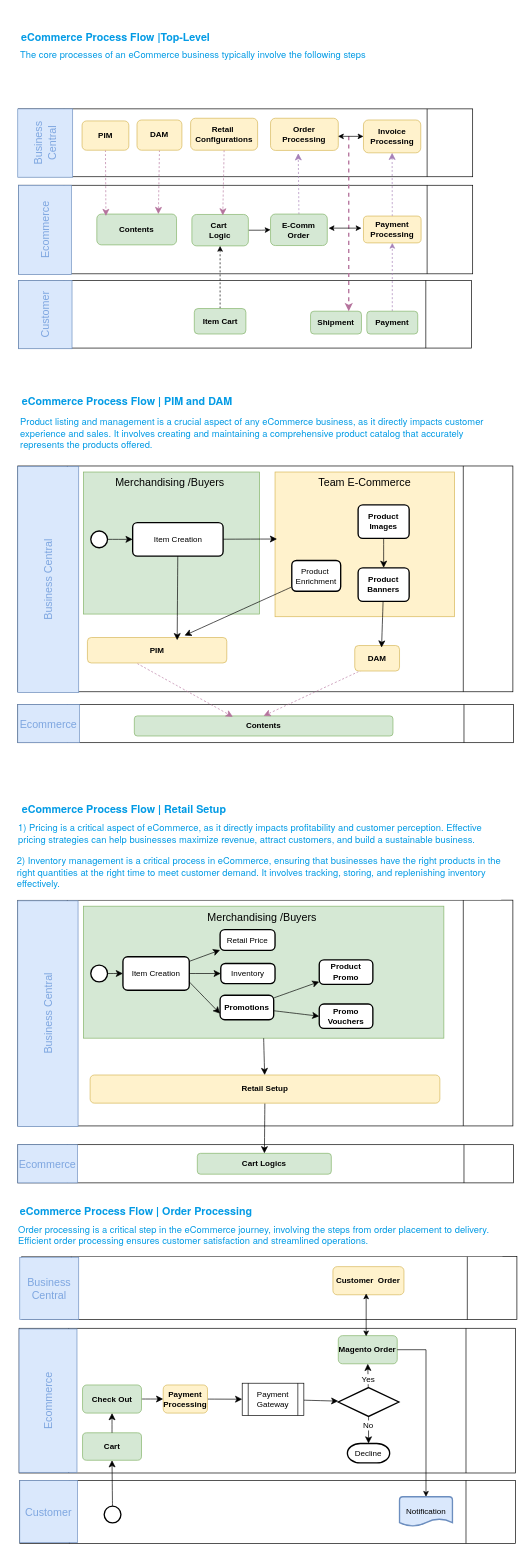
Earlier version of the draw.io diagram EComm_Process_Flow.drawio (kasungl/Isetan_Help). Source tidied: cells renumbered, new cells numbered last; positions are measured from the earlier drawing's top-left corner, leaving out a move shared by most shapes. Both pictures are drawn from the tidied source at 67%, with x=0, y=0 at pixel (15, 25).
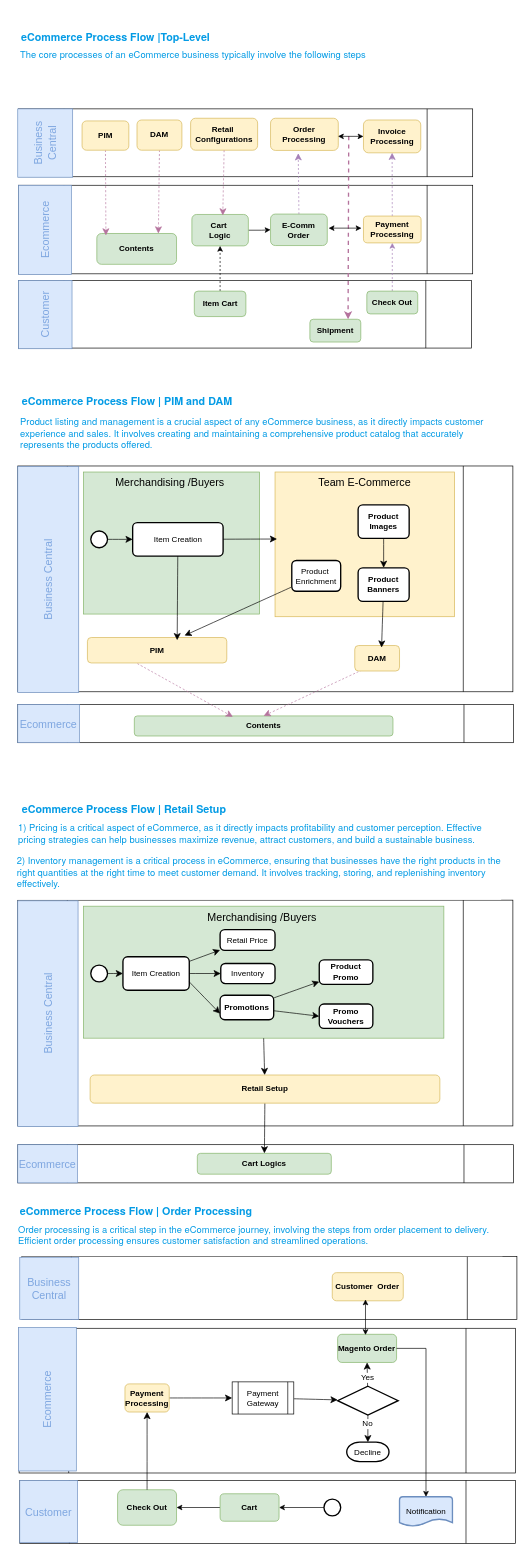
The same diagram, later.

Change to the diagram source:
```diff
@@
     <mxCell id="60" value="&lt;h2 style=&quot;box-sizing: border-box; margin-top: 1.75rem; margin-bottom: 0.5rem; line-height: 1.2; font-size: 16px; color: rgb(3, 155, 229); padding-bottom: 1rem; font-family: &amp;quot;Source Sans Pro&amp;quot;, HelveticaNeue-Light, &amp;quot;Helvetica Neue Light&amp;quot;, &amp;quot;Helvetica Neue&amp;quot;, Helvetica, Arial, &amp;quot;Lucida Grande&amp;quot;, sans-serif; background-color: rgb(255, 255, 255);&quot;&gt;&lt;span style=&quot;box-sizing: border-box; font-size: 16px;&quot; id=&quot;Top-Level_eCommerce_Process_Flow&quot;&gt;&amp;nbsp;eCommerce Process Flow | Order Processing&amp;nbsp;&lt;/span&gt;&lt;/h2&gt;" style="text;html=1;align=left;verticalAlign=middle;whiteSpace=wrap;rounded=0;fontSize=16;fontStyle=1;" parent="1" vertex="1">
-      <mxGeometry y="1752" width="478" height="30" as="geometry" />
+      <mxGeometry y="1752" width="738" height="30" as="geometry" />
     </mxCell>
@@
     <mxCell id="68" style="group;" parent="1" vertex="1">
-      <mxGeometry x="5" y="1942" width="740" height="226" as="geometry" />
+      <mxGeometry x="4" y="1940" width="740" height="226" as="geometry" />
     </mxCell>
-    <mxCell id="69" value="&lt;b&gt;Cart&lt;/b&gt;" style="rounded=1;whiteSpace=wrap;html=1;fillColor=#d5e8d4;strokeColor=#82b366;" parent="68" vertex="1">
-      <mxGeometry x="94.7" y="159" width="88" height="41" as="geometry" />
-    </mxCell>
@@
-    <mxCell id="71" style="edgeStyle=none;curved=1;rounded=0;jettySize=auto;html=1;fontSize=12;startSize=8;endSize=8;" parent="68" edge="1" source="72" target="75">
-      <mxGeometry relative="1" as="geometry" />
-    </mxCell>
-    <mxCell id="72" value="&lt;b&gt;Check Out&lt;/b&gt;" style="rounded=1;whiteSpace=wrap;html=1;fillColor=#d5e8d4;strokeColor=#82b366;" parent="68" vertex="1">
-      <mxGeometry x="94.7" y="87.6" width="88" height="42" as="geometry" />
-    </mxCell>
@@
     <mxCell id="75" value="&lt;b&gt;Payment Processing&lt;/b&gt;" style="rounded=1;whiteSpace=wrap;html=1;fillColor=#fff2cc;strokeColor=#d6b656;fontColor=#000000;" parent="68" vertex="1">
-      <mxGeometry x="215.1" y="87.6" width="66.1" height="42" as="geometry" />
+      <mxGeometry x="159" y="88" width="66.1" height="42" as="geometry" />
     </mxCell>
@@
-    <mxCell id="82" style="edgeStyle=none;curved=1;rounded=0;jettySize=auto;html=1;fontSize=12;startSize=8;endSize=8;entryX=0.5;entryY=1;entryDx=0;entryDy=0;" parent="68" edge="1" source="69" target="72">
-      <mxGeometry relative="1" as="geometry" />
-    </mxCell>
@@
     <mxCell id="85" value="Payment Gateway" style="shape=process;whiteSpace=wrap;html=1;backgroundOutline=1;" parent="68" vertex="1">
-      <mxGeometry x="333" y="85" width="92" height="48" as="geometry" />
+      <mxGeometry x="319" y="85" width="92" height="48" as="geometry" />
     </mxCell>
-    <mxCell id="86" style="edgeStyle=none;curved=1;rounded=0;jettySize=auto;html=1;fontSize=12;startSize=8;endSize=8;entryX=0.5;entryY=1;entryDx=0;entryDy=0;" parent="1" edge="1" source="87" target="69">
+    <mxCell id="86" style="edgeStyle=orthogonalEdgeStyle;rounded=0;jettySize=auto;html=1;" parent="1" edge="1" source="87" target="69">
       <mxGeometry relative="1" as="geometry" />
     </mxCell>
     <mxCell id="87" style="strokeWidth=2;html=1;shape=mxgraph.flowchart.start_1;whiteSpace=wrap;" parent="1" vertex="1">
-      <mxGeometry x="132" y="2210.5" width="25" height="25" as="geometry" />
+      <mxGeometry x="460" y="2200" width="25" height="25" as="geometry" />
     </mxCell>
     <mxCell id="88" value="&lt;b&gt;Customer&amp;nbsp; Order&lt;/b&gt;" style="rounded=1;whiteSpace=wrap;html=1;fillColor=#fff2cc;strokeColor=#d6b656;" parent="1" vertex="1">
-      <mxGeometry x="473.4" y="1853" width="106" height="42" as="geometry" />
+      <mxGeometry x="472.4" y="1862" width="106" height="42" as="geometry" />
     </mxCell>
@@
     <mxCell id="94" value="&lt;b&gt;Contents&lt;/b&gt;" style="rounded=1;whiteSpace=wrap;html=1;fillColor=#d5e8d4;strokeColor=#82b366;" parent="1" vertex="1">
-      <mxGeometry x="121" y="282" width="119" height="46" as="geometry" />
+      <mxGeometry x="121" y="311" width="119" height="46" as="geometry" />
     </mxCell>
@@
-    <mxCell id="96" value="&lt;b&gt;Payment&lt;/b&gt;" style="rounded=1;whiteSpace=wrap;html=1;fillColor=#d5e8d4;strokeColor=#82b366;" parent="1" vertex="1">
-      <mxGeometry x="524" y="427" width="76" height="34" as="geometry" />
+    <mxCell id="96" value="&lt;b&gt;Check Out&lt;/b&gt;" style="rounded=1;whiteSpace=wrap;html=1;fillColor=#d5e8d4;strokeColor=#82b366;" parent="1" vertex="1">
+      <mxGeometry x="524" y="397" width="76" height="34" as="geometry" />
     </mxCell>
@@
     <mxCell id="112" value="&lt;b&gt;Item Cart&lt;/b&gt;" style="rounded=1;whiteSpace=wrap;html=1;fillColor=#d5e8d4;strokeColor=#82b366;" parent="1" vertex="1">
-      <mxGeometry x="266.5" y="423" width="77" height="38" as="geometry" />
+      <mxGeometry x="266.5" y="397" width="77" height="38" as="geometry" />
     </mxCell>
     <mxCell id="113" value="&lt;b&gt;Shipment&lt;/b&gt;" style="rounded=1;whiteSpace=wrap;html=1;fillColor=#d5e8d4;strokeColor=#82b366;" parent="1" vertex="1">
-      <mxGeometry x="440" y="427" width="76" height="34" as="geometry" />
+      <mxGeometry x="439" y="439" width="76" height="34" as="geometry" />
     </mxCell>
@@
+    <mxCell id="82" style="edgeStyle=orthogonalEdgeStyle;rounded=0;jettySize=auto;html=1;" parent="1" edge="1" source="69" target="72">
+      <mxGeometry relative="1" as="geometry" />
+    </mxCell>
+    <mxCell id="69" value="&lt;b&gt;Cart&lt;/b&gt;" style="rounded=1;whiteSpace=wrap;html=1;fillColor=#d5e8d4;strokeColor=#82b366;" parent="1" vertex="1">
+      <mxGeometry x="305" y="2192" width="88" height="41" as="geometry" />
+    </mxCell>
+    <mxCell id="72" value="&lt;b&gt;Check Out&lt;/b&gt;" style="rounded=1;whiteSpace=wrap;html=1;fillColor=#d5e8d4;strokeColor=#82b366;" parent="1" vertex="1">
+      <mxGeometry x="152" y="2186" width="88" height="53" as="geometry" />
+    </mxCell>
+    <mxCell id="71" style="edgeStyle=none;curved=1;rounded=0;jettySize=auto;html=1;fontSize=12;startSize=8;endSize=8;" parent="1" edge="1" source="72" target="75">
+      <mxGeometry relative="1" as="geometry" />
+    </mxCell>
```
